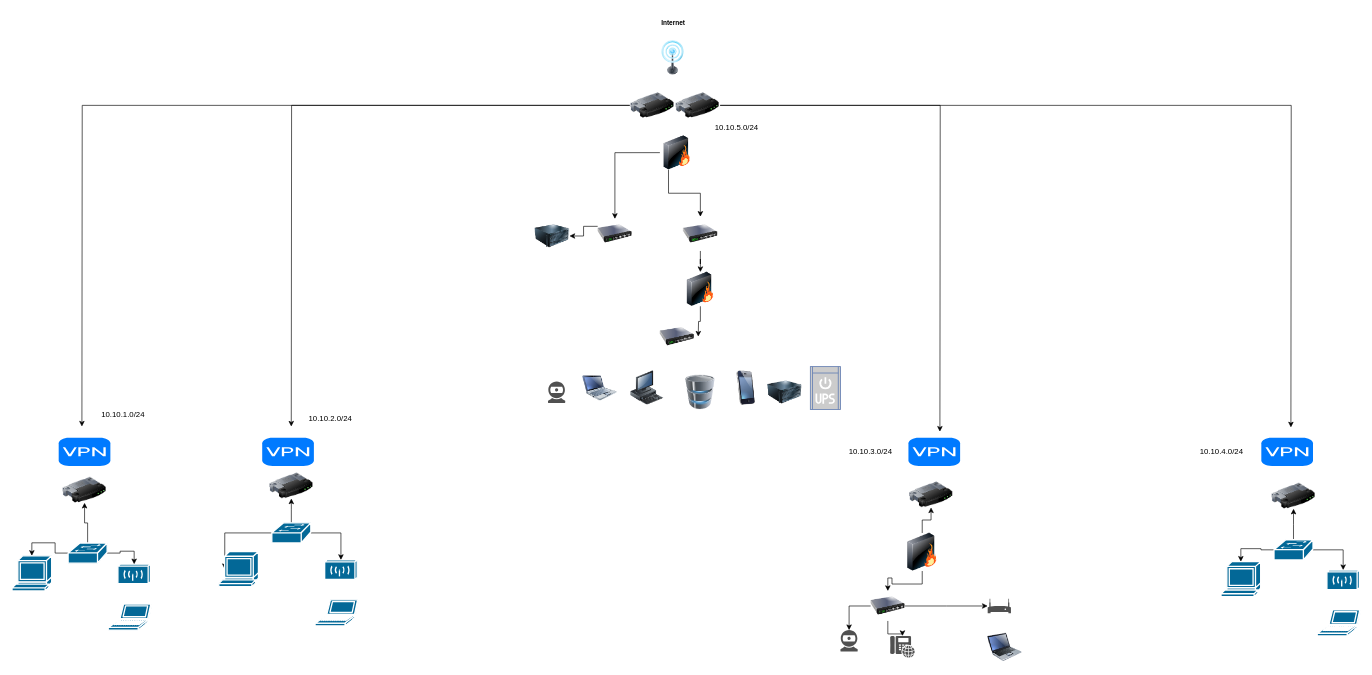
Before: Untitled Diagram.drawio in cyberqueenmeg/itt-116, a draw.io diagram. Source tidied: cells renumbered, new cells numbered last; positions are measured from the earlier drawing's top-left corner, leaving out a move shared by most shapes. Both pictures are drawn from the tidied source at 65%, with x=0, y=0 at pixel (12, 12).
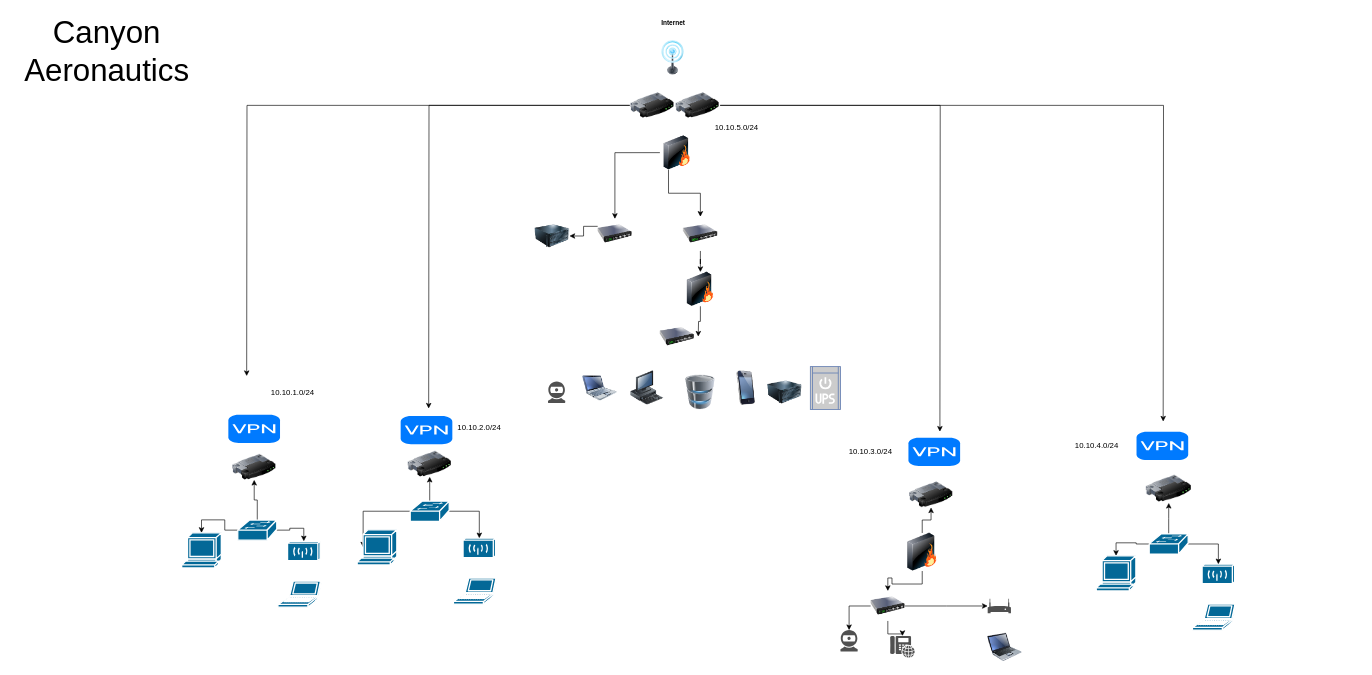
Above is the later version.

The change refers to these unchanged cells:
```xml
<mxCell id="6" style="image;html=1;image=img/lib/clip_art/networking/Router_128x128.png;" parent="1" vertex="1">
  <mxGeometry x="1019.9" y="123.8" width="69.5" height="39.5" as="geometry" />
</mxCell>
<mxCell id="39" style="image;html=1;image=img/lib/clip_art/networking/Router_128x128.png;" parent="1" vertex="1">
  <mxGeometry x="950.4" y="123.8" width="69.5" height="39.5" as="geometry" />
</mxCell>
```

Change to the diagram source:
```diff
@@
     <mxCell id="5" style="edgeStyle=orthogonalEdgeStyle;rounded=0;jettySize=auto;html=1;" parent="1" edge="1" source="6">
       <mxGeometry relative="1" as="geometry">
-        <mxPoint x="1967.5" y="639" as="targetPoint" />
+        <mxPoint x="1771" y="630" as="targetPoint" />
       </mxGeometry>
     </mxCell>
@@
     <mxCell id="37" style="edgeStyle=orthogonalEdgeStyle;rounded=0;jettySize=auto;html=1;" parent="1" edge="1" source="39">
       <mxGeometry relative="1" as="geometry">
-        <mxPoint x="429.6" y="637.7" as="targetPoint" />
+        <mxPoint x="641" y="610" as="targetPoint" />
       </mxGeometry>
     </mxCell>
     <mxCell id="38" style="edgeStyle=orthogonalEdgeStyle;rounded=0;jettySize=auto;html=1;" parent="1" edge="1" source="39">
       <mxGeometry relative="1" as="geometry">
-        <mxPoint x="107.5" y="637.7" as="targetPoint" />
+        <mxPoint x="361" y="560" as="targetPoint" />
       </mxGeometry>
     </mxCell>
@@
     <mxCell id="40" style="image;html=1;image=img/lib/clip_art/networking/Router_128x128.png;" parent="1" vertex="1">
-      <mxGeometry x="394.9" y="709" width="69.5" height="39.5" as="geometry" />
+      <mxGeometry x="607.8" y="675.6" width="69.5" height="39.5" as="geometry" />
     </mxCell>
     <mxCell id="41" style="shape=mxgraph.cisco.wireless.wireless_transport;sketch=0;html=1;dashed=0;fillColor=#036897;strokeColor=#ffffff;strokeWidth=2;verticalLabelPosition=bottom;verticalAlign=top;align=center;outlineConnect=0;" parent="1" vertex="1">
-      <mxGeometry x="481" y="842.9" width="50" height="30" as="geometry" />
+      <mxGeometry x="693.9" y="809.5" width="50" height="30" as="geometry" />
     </mxCell>
@@
     <mxCell id="45" style="shape=mxgraph.cisco.switches.workgroup_switch;sketch=0;html=1;dashed=0;fillColor=#036897;strokeColor=#ffffff;strokeWidth=2;verticalLabelPosition=bottom;verticalAlign=top;align=center;outlineConnect=0;" parent="1" vertex="1">
-      <mxGeometry x="399.7" y="785.9" width="60" height="31" as="geometry" />
+      <mxGeometry x="612.6" y="752.5" width="60" height="31" as="geometry" />
     </mxCell>
     <mxCell id="46" style="shape=mxgraph.cisco.computers_and_peripherals.laptop;sketch=0;html=1;dashed=0;fillColor=#036897;strokeColor=#ffffff;strokeWidth=2;verticalLabelPosition=bottom;verticalAlign=top;align=center;" parent="1" vertex="1">
-      <mxGeometry x="466.2" y="904.3" width="67" height="40" as="geometry" />
+      <mxGeometry x="679.1" y="870.9" width="67" height="40" as="geometry" />
     </mxCell>
     <mxCell id="47" style="shape=mxgraph.cisco.computers_and_peripherals.terminal;sketch=0;html=1;dashed=0;fillColor=#036897;strokeColor=#ffffff;strokeWidth=2;verticalLabelPosition=bottom;verticalAlign=top;align=center;outlineConnect=0;" parent="1" vertex="1">
-      <mxGeometry x="318.1" y="830" width="61" height="54" as="geometry" />
+      <mxGeometry x="531" y="796.6" width="61" height="54" as="geometry" />
     </mxCell>
     <mxCell id="48" style="image;html=1;image=img/lib/clip_art/networking/Router_128x128.png;" parent="1" vertex="1">
-      <mxGeometry x="76.8" y="715.6" width="69.5" height="39.5" as="geometry" />
+      <mxGeometry x="337.8" y="680.3" width="69.5" height="39.5" as="geometry" />
     </mxCell>
     <mxCell id="49" style="shape=mxgraph.cisco.wireless.wireless_transport;sketch=0;html=1;dashed=0;fillColor=#036897;strokeColor=#ffffff;strokeWidth=2;verticalLabelPosition=bottom;verticalAlign=top;align=center;outlineConnect=0;" parent="1" vertex="1">
-      <mxGeometry x="162.9" y="849.5" width="50" height="30" as="geometry" />
+      <mxGeometry x="423.9" y="814.2" width="50" height="30" as="geometry" />
     </mxCell>
@@
     <mxCell id="53" style="shape=mxgraph.cisco.switches.workgroup_switch;sketch=0;html=1;dashed=0;fillColor=#036897;strokeColor=#ffffff;strokeWidth=2;verticalLabelPosition=bottom;verticalAlign=top;align=center;outlineConnect=0;" parent="1" vertex="1">
-      <mxGeometry x="86.3" y="816.9" width="60" height="31" as="geometry" />
+      <mxGeometry x="347.3" y="781.6" width="60" height="31" as="geometry" />
     </mxCell>
     <mxCell id="54" style="shape=mxgraph.cisco.computers_and_peripherals.laptop;sketch=0;html=1;dashed=0;fillColor=#036897;strokeColor=#ffffff;strokeWidth=2;verticalLabelPosition=bottom;verticalAlign=top;align=center;" parent="1" vertex="1">
-      <mxGeometry x="148" y="910.9" width="67" height="40" as="geometry" />
+      <mxGeometry x="409.1" y="875.6" width="67" height="40" as="geometry" />
     </mxCell>
     <mxCell id="55" style="shape=mxgraph.cisco.computers_and_peripherals.terminal;sketch=0;html=1;dashed=0;fillColor=#036897;strokeColor=#ffffff;strokeWidth=2;verticalLabelPosition=bottom;verticalAlign=top;align=center;outlineConnect=0;" parent="1" vertex="1">
-      <mxGeometry y="836.6" width="61" height="54" as="geometry" />
+      <mxGeometry x="261" y="801.3" width="61" height="54" as="geometry" />
     </mxCell>
     <mxCell id="56" style="image;html=1;image=img/lib/clip_art/networking/Router_128x128.png;" parent="1" vertex="1">
-      <mxGeometry x="1936.8" y="724.7" width="69.5" height="39.5" as="geometry" />
+      <mxGeometry x="1744.8" y="711" width="69.5" height="44.2" as="geometry" />
     </mxCell>
     <mxCell id="57" style="shape=mxgraph.cisco.wireless.wireless_transport;sketch=0;html=1;dashed=0;fillColor=#036897;strokeColor=#ffffff;strokeWidth=2;verticalLabelPosition=bottom;verticalAlign=top;align=center;outlineConnect=0;" parent="1" vertex="1">
-      <mxGeometry x="2022.9" y="858.5" width="50" height="30" as="geometry" />
+      <mxGeometry x="1830.9" y="849.5" width="50" height="30" as="geometry" />
     </mxCell>
@@
     <mxCell id="61" style="shape=mxgraph.cisco.switches.workgroup_switch;sketch=0;html=1;dashed=0;fillColor=#036897;strokeColor=#ffffff;strokeWidth=2;verticalLabelPosition=bottom;verticalAlign=top;align=center;outlineConnect=0;" parent="1" vertex="1">
-      <mxGeometry x="1941.5" y="811.9" width="60" height="31" as="geometry" />
+      <mxGeometry x="1749.5" y="802.9" width="60" height="31" as="geometry" />
     </mxCell>
     <mxCell id="62" style="shape=mxgraph.cisco.computers_and_peripherals.laptop;sketch=0;html=1;dashed=0;fillColor=#036897;strokeColor=#ffffff;strokeWidth=2;verticalLabelPosition=bottom;verticalAlign=top;align=center;" parent="1" vertex="1">
-      <mxGeometry x="2008" y="919.9" width="67" height="40" as="geometry" />
+      <mxGeometry x="1816" y="910.9" width="67" height="40" as="geometry" />
     </mxCell>
     <mxCell id="63" style="shape=mxgraph.cisco.computers_and_peripherals.terminal;sketch=0;html=1;dashed=0;fillColor=#036897;strokeColor=#ffffff;strokeWidth=2;verticalLabelPosition=bottom;verticalAlign=top;align=center;outlineConnect=0;" parent="1" vertex="1">
-      <mxGeometry x="1860" y="845.6" width="61" height="54" as="geometry" />
+      <mxGeometry x="1668" y="836.6" width="61" height="54" as="geometry" />
     </mxCell>
     <mxCell id="64" style="html=1;strokeWidth=1;shadow=0;dashed=0;shape=mxgraph.ios7.misc.vpn;fillColor=#007AFF;strokeColor=none;buttonText=;strokeColor2=#222222;fontColor=#222222;fontSize=8;verticalLabelPosition=bottom;verticalAlign=top;align=center;sketch=0;" parent="1" vertex="1">
-      <mxGeometry x="71.8" y="654.9" width="79.5" height="43.4" as="geometry" />
+      <mxGeometry x="332.8" y="619.6" width="79.5" height="43.4" as="geometry" />
     </mxCell>
     <mxCell id="65" style="html=1;strokeWidth=1;shadow=0;dashed=0;shape=mxgraph.ios7.misc.vpn;fillColor=#007AFF;strokeColor=none;buttonText=;strokeColor2=#222222;fontColor=#222222;fontSize=8;verticalLabelPosition=bottom;verticalAlign=top;align=center;sketch=0;" parent="1" vertex="1">
-      <mxGeometry x="384.9" y="654.9" width="79.5" height="43.4" as="geometry" />
+      <mxGeometry x="597.9" y="621.5" width="79.5" height="43.4" as="geometry" />
     </mxCell>
@@
     <mxCell id="67" style="html=1;strokeWidth=1;shadow=0;dashed=0;shape=mxgraph.ios7.misc.vpn;fillColor=#007AFF;strokeColor=none;buttonText=;strokeColor2=#222222;fontColor=#222222;fontSize=8;verticalLabelPosition=bottom;verticalAlign=top;align=center;sketch=0;" parent="1" vertex="1">
-      <mxGeometry x="1922" y="654.9" width="79.5" height="43.4" as="geometry" />
+      <mxGeometry x="1730" y="645.9" width="79.5" height="43.4" as="geometry" />
     </mxCell>
     <mxCell id="68" value="10.10.1.0/24" style="text;html=1;strokeColor=none;fillColor=none;align=center;verticalAlign=middle;whiteSpace=wrap;rounded=0;" parent="1" vertex="1">
-      <mxGeometry x="141" y="604.8" width="60" height="30" as="geometry" />
+      <mxGeometry x="402.1" y="569.5" width="60" height="30" as="geometry" />
     </mxCell>
     <mxCell id="69" value="10.10.2.0/24" style="text;html=1;strokeColor=none;fillColor=none;align=center;verticalAlign=middle;whiteSpace=wrap;rounded=0;" parent="1" vertex="1">
-      <mxGeometry x="459.7" y="611.4" width="60" height="30" as="geometry" />
+      <mxGeometry x="688.9" y="624.9" width="60" height="30" as="geometry" />
     </mxCell>
@@
     <mxCell id="71" value="10.10.4.0/24" style="text;html=1;strokeColor=none;fillColor=none;align=center;verticalAlign=middle;whiteSpace=wrap;rounded=0;" parent="1" vertex="1">
-      <mxGeometry x="1831" y="661.6" width="60" height="30" as="geometry" />
+      <mxGeometry x="1639" y="652.6" width="60" height="30" as="geometry" />
     </mxCell>
@@
+    <mxCell id="73" value="&lt;font style=&quot;font-size: 48px;&quot;&gt;Canyon Aeronautics&lt;/font&gt;" style="text;html=1;strokeColor=none;fillColor=none;align=center;verticalAlign=middle;whiteSpace=wrap;rounded=0;" parent="1" vertex="1">
+      <mxGeometry x="41" width="210" height="120" as="geometry" />
+    </mxCell>
```
